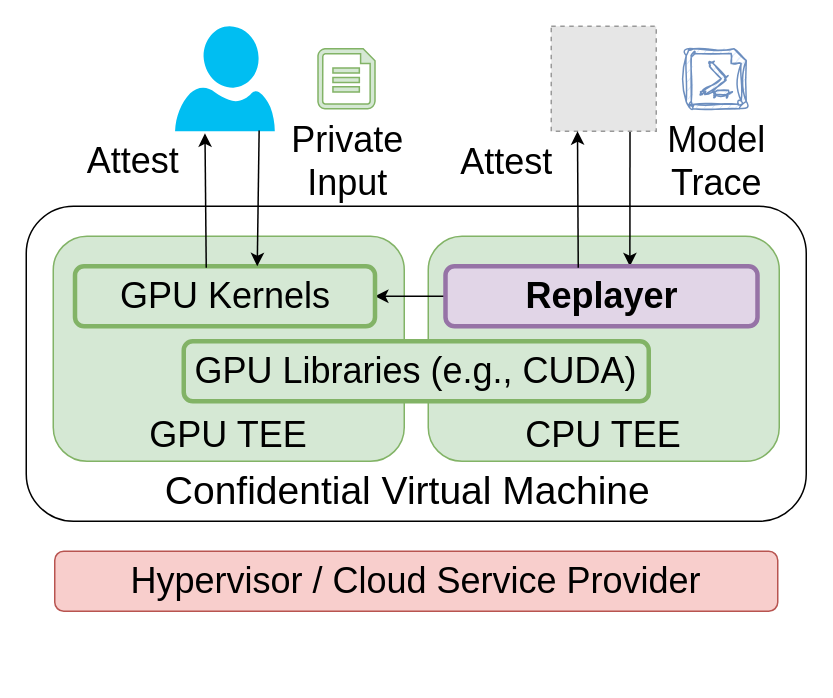
This is page "CCSolutionv2" (7 of 8) of ConfidentialComputing/confAI_current.drawio from ya0guang/researches, a draw.io file, before an edit. Source tidied: cells renumbered, new cells numbered last; positions are measured from the earlier drawing's top-left corner, leaving out a move shared by most shapes. Both pictures are drawn from the tidied source at 150%, with x=0, y=0 at pixel (26, 26). Pictures stored in the file or linked from it are replaced by grey dashed boxes.
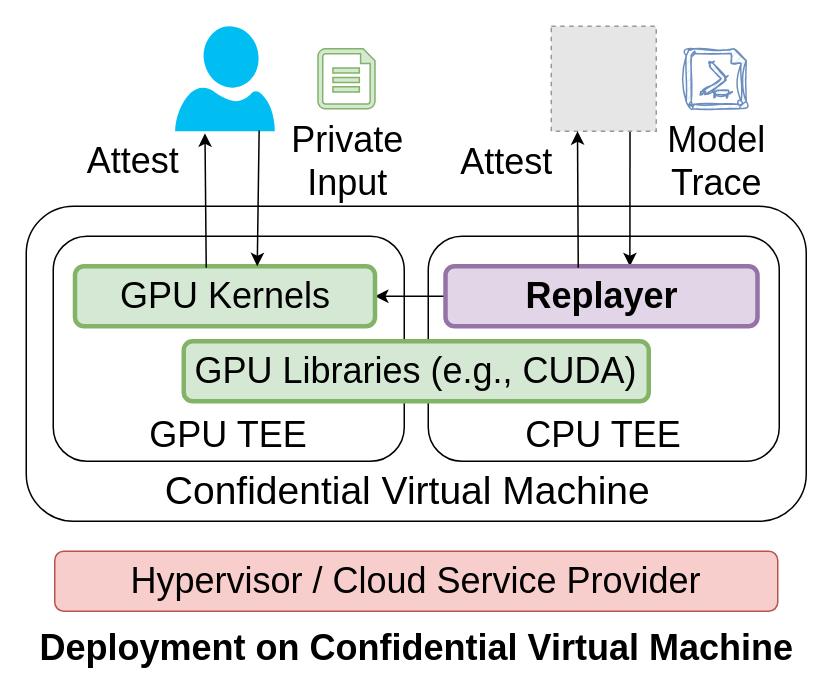
Above is the later version.

Diff of the diagram source:
```diff
@@
-    <mxCell id="4" value="&lt;div&gt;&lt;span style=&quot;font-size: 24px;&quot;&gt;&lt;br&gt;&lt;/span&gt;&lt;/div&gt;&lt;div&gt;&lt;span style=&quot;font-size: 24px;&quot;&gt;&lt;br&gt;&lt;/span&gt;&lt;/div&gt;&lt;div&gt;&lt;span style=&quot;font-size: 24px;&quot;&gt;&lt;br&gt;&lt;/span&gt;&lt;/div&gt;&lt;span style=&quot;font-size: 24px;&quot;&gt;&lt;div&gt;&lt;span style=&quot;font-size: 24px;&quot;&gt;&lt;br&gt;&lt;/span&gt;&lt;/div&gt;GPU TEE&lt;/span&gt;" style="rounded=1;whiteSpace=wrap;html=1;fillColor=#d5e8d4;strokeColor=#82b366;" parent="1" vertex="1">
+    <mxCell id="4" value="&lt;div&gt;&lt;span style=&quot;font-size: 24px;&quot;&gt;&lt;br&gt;&lt;/span&gt;&lt;/div&gt;&lt;div&gt;&lt;span style=&quot;font-size: 24px;&quot;&gt;&lt;br&gt;&lt;/span&gt;&lt;/div&gt;&lt;div&gt;&lt;span style=&quot;font-size: 24px;&quot;&gt;&lt;br&gt;&lt;/span&gt;&lt;/div&gt;&lt;span style=&quot;font-size: 24px;&quot;&gt;&lt;div&gt;&lt;span style=&quot;font-size: 24px;&quot;&gt;&lt;br&gt;&lt;/span&gt;&lt;/div&gt;GPU TEE&lt;/span&gt;" style="rounded=1;whiteSpace=wrap;html=1;fillColor=none;strokeColor=#000000;" parent="1" vertex="1">
       <mxGeometry x="18" y="140" width="234" height="150" as="geometry" />
     </mxCell>
-    <mxCell id="5" value="&lt;div&gt;&lt;span style=&quot;font-size: 24px;&quot;&gt;&lt;br&gt;&lt;/span&gt;&lt;/div&gt;&lt;div&gt;&lt;span style=&quot;font-size: 24px;&quot;&gt;&lt;br&gt;&lt;/span&gt;&lt;/div&gt;&lt;div&gt;&lt;span style=&quot;font-size: 24px;&quot;&gt;&lt;br&gt;&lt;/span&gt;&lt;/div&gt;&lt;span style=&quot;font-size: 24px;&quot;&gt;&lt;div&gt;&lt;span style=&quot;font-size: 24px;&quot;&gt;&lt;br&gt;&lt;/span&gt;&lt;/div&gt;CPU TEE&lt;/span&gt;" style="rounded=1;whiteSpace=wrap;html=1;fillColor=#d5e8d4;strokeColor=#82b366;" parent="1" vertex="1">
+    <mxCell id="5" value="&lt;div&gt;&lt;span style=&quot;font-size: 24px;&quot;&gt;&lt;br&gt;&lt;/span&gt;&lt;/div&gt;&lt;div&gt;&lt;span style=&quot;font-size: 24px;&quot;&gt;&lt;br&gt;&lt;/span&gt;&lt;/div&gt;&lt;div&gt;&lt;span style=&quot;font-size: 24px;&quot;&gt;&lt;br&gt;&lt;/span&gt;&lt;/div&gt;&lt;span style=&quot;font-size: 24px;&quot;&gt;&lt;div&gt;&lt;span style=&quot;font-size: 24px;&quot;&gt;&lt;br&gt;&lt;/span&gt;&lt;/div&gt;CPU TEE&lt;/span&gt;" style="rounded=1;whiteSpace=wrap;html=1;fillColor=none;strokeColor=#000000;" parent="1" vertex="1">
       <mxGeometry x="268" y="140" width="234" height="150" as="geometry" />
     </mxCell>
@@
+    <mxCell id="22" value="&lt;span style=&quot;font-size: 24px;&quot;&gt;&lt;b&gt;Deployment on Confidential Virtual Machine&lt;/b&gt;&lt;/span&gt;" style="text;html=1;align=center;verticalAlign=middle;whiteSpace=wrap;rounded=0;" parent="1" vertex="1">
+      <mxGeometry x="4.5" y="400" width="511" height="30" as="geometry" />
+    </mxCell>
```
